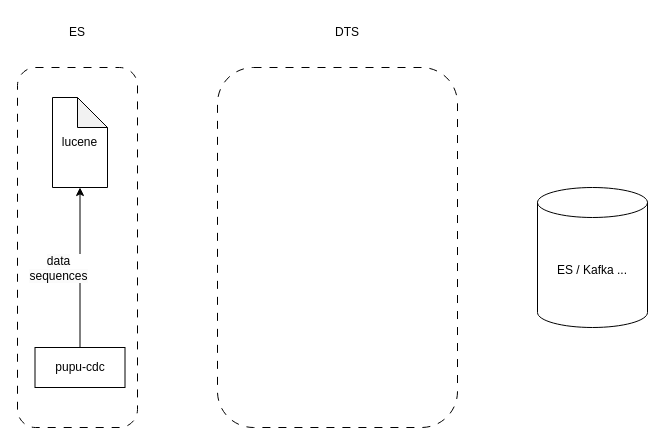
Before: 未命名绘图.drawio in believezzd/diagrams, a draw.io diagram. Source tidied: cells renumbered, new cells numbered last; positions are measured from the earlier drawing's top-left corner, leaving out a move shared by most shapes. Both pictures are drawn from the tidied source at 100%, with x=0, y=0 at pixel (17, 17).
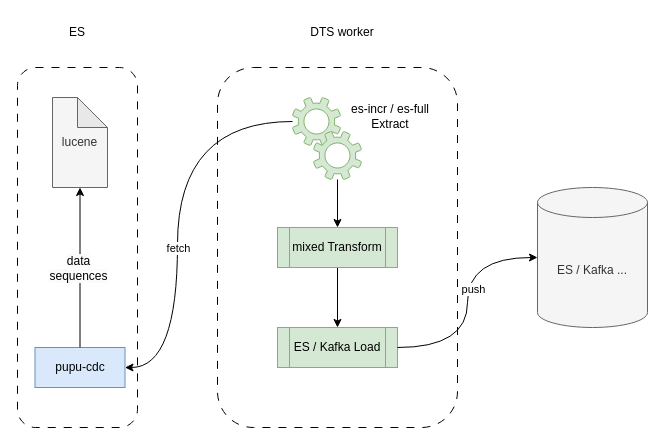
The same diagram, later.

Commit message:
更新未命名绘图.drawio

The change refers to these unchanged cells:
```xml
<mxCell id="8" style="edgeStyle=orthogonalEdgeStyle;rounded=0;jettySize=auto;html=1;strokeWidth=1;startArrow=classic;startFill=1;endArrow=none;endFill=0;" parent="1" edge="1" source="10" target="7">
  <mxGeometry relative="1" as="geometry" />
</mxCell>
```

What changed in the source:
```diff
@@
+    <mxCell id="3" style="rounded=1;whiteSpace=wrap;html=1;dashed=1;dashPattern=8 8;" parent="1" vertex="1">
+      <mxGeometry x="200" y="50" width="240" height="360" as="geometry" />
+    </mxCell>
@@
-    <mxCell id="3" style="rounded=1;whiteSpace=wrap;html=1;dashed=1;dashPattern=8 8;" parent="1" vertex="1">
-      <mxGeometry x="200" y="50" width="240" height="360" as="geometry" />
-    </mxCell>
-    <mxCell id="4" value="ES / Kafka ..." style="shape=cylinder3;whiteSpace=wrap;html=1;boundedLbl=1;backgroundOutline=1;size=15;" parent="1" vertex="1">
+    <mxCell id="4" value="ES / Kafka ..." style="shape=cylinder3;whiteSpace=wrap;html=1;boundedLbl=1;backgroundOutline=1;size=15;fillColor=#f5f5f5;fontColor=#333333;strokeColor=#666666;" parent="1" vertex="1">
       <mxGeometry x="520" y="170" width="110" height="140" as="geometry" />
     </mxCell>
@@
-    <mxCell id="6" value="DTS" style="text;html=1;align=center;verticalAlign=middle;whiteSpace=wrap;rounded=0;" parent="1" vertex="1">
-      <mxGeometry x="300" width="60" height="30" as="geometry" />
+    <mxCell id="6" value="DTS worker" style="text;html=1;align=center;verticalAlign=middle;whiteSpace=wrap;rounded=0;" parent="1" vertex="1">
+      <mxGeometry x="270" width="110" height="30" as="geometry" />
     </mxCell>
-    <mxCell id="7" value="pupu-cdc" style="rounded=0;whiteSpace=wrap;html=1;" parent="1" vertex="1">
+    <mxCell id="7" value="pupu-cdc" style="rounded=0;whiteSpace=wrap;html=1;fillColor=#dae8fc;strokeColor=#6c8ebf;" parent="1" vertex="1">
       <mxGeometry x="17.5" y="330" width="90" height="40" as="geometry" />
     </mxCell>
@@
     <mxCell id="9" value="&lt;span style=&quot;font-size: 12px; text-wrap-mode: wrap; background-color: rgb(251, 251, 251);&quot;&gt;data sequences&lt;/span&gt;" style="edgeLabel;html=1;align=center;verticalAlign=middle;" parent="8" vertex="1">
       <mxGeometry x="-0.19" y="3" relative="1" as="geometry">
-        <mxPoint x="-25" y="15" as="offset" />
+        <mxPoint x="-5" y="15" as="offset" />
       </mxGeometry>
     </mxCell>
-    <mxCell id="10" value="lucene" style="shape=note;whiteSpace=wrap;html=1;backgroundOutline=1;darkOpacity=0.05;" parent="1" vertex="1">
+    <mxCell id="10" value="lucene" style="shape=note;whiteSpace=wrap;html=1;backgroundOutline=1;darkOpacity=0.05;fillColor=#f5f5f5;fontColor=#333333;strokeColor=#666666;" parent="1" vertex="1">
       <mxGeometry x="35" y="80" width="55" height="90" as="geometry" />
     </mxCell>
+    <mxCell id="11" style="edgeStyle=orthogonalEdgeStyle;rounded=0;jettySize=auto;html=1;entryX=1;entryY=0.5;entryDx=0;entryDy=0;curved=1;" parent="1" edge="1" source="13" target="7">
+      <mxGeometry relative="1" as="geometry">
+        <Array as="points">
+          <mxPoint x="160" y="104" />
+          <mxPoint x="160" y="350" />
+        </Array>
+      </mxGeometry>
+    </mxCell>
+    <mxCell id="12" value="fetch" style="edgeLabel;html=1;align=center;verticalAlign=middle;" parent="11" vertex="1">
+      <mxGeometry x="-0.1" y="9" relative="1" as="geometry">
+        <mxPoint x="-9" y="55" as="offset" />
+      </mxGeometry>
+    </mxCell>
+    <mxCell id="13" style="sketch=0;shadow=0;dashed=0;html=1;strokeColor=#82b366;fillColor=#d5e8d4;labelPosition=center;verticalLabelPosition=bottom;verticalAlign=top;outlineConnect=0;align=center;shape=mxgraph.office.concepts.settings;" parent="1" vertex="1">
+      <mxGeometry x="275" y="80" width="48" height="48" as="geometry" />
+    </mxCell>
+    <mxCell id="14" style="edgeStyle=orthogonalEdgeStyle;rounded=0;jettySize=auto;html=1;entryX=0.5;entryY=0;entryDx=0;entryDy=0;" parent="1" edge="1" source="15" target="18">
+      <mxGeometry relative="1" as="geometry" />
+    </mxCell>
+    <mxCell id="15" style="sketch=0;shadow=0;dashed=0;html=1;strokeColor=#82b366;fillColor=#d5e8d4;labelPosition=center;verticalLabelPosition=bottom;verticalAlign=top;outlineConnect=0;align=center;shape=mxgraph.office.concepts.settings;" parent="1" vertex="1">
+      <mxGeometry x="296" y="114" width="48" height="48" as="geometry" />
+    </mxCell>
+    <mxCell id="16" value="es-incr / es-full Extract" style="text;html=1;align=center;verticalAlign=middle;whiteSpace=wrap;rounded=0;" parent="1" vertex="1">
+      <mxGeometry x="323" y="84" width="100" height="30" as="geometry" />
+    </mxCell>
+    <mxCell id="17" style="edgeStyle=orthogonalEdgeStyle;rounded=0;jettySize=auto;html=1;entryX=0.5;entryY=0;entryDx=0;entryDy=0;" parent="1" edge="1" source="18" target="19">
+      <mxGeometry relative="1" as="geometry" />
+    </mxCell>
+    <mxCell id="18" value="mixed Transform" style="shape=process;whiteSpace=wrap;html=1;backgroundOutline=1;fillColor=#d5e8d4;strokeColor=#82b366;" parent="1" vertex="1">
+      <mxGeometry x="260" y="210" width="120" height="40" as="geometry" />
+    </mxCell>
+    <mxCell id="19" value="ES / Kafka Load" style="shape=process;whiteSpace=wrap;html=1;backgroundOutline=1;fillColor=#d5e8d4;strokeColor=#82b366;" parent="1" vertex="1">
+      <mxGeometry x="260" y="310" width="120" height="40" as="geometry" />
+    </mxCell>
+    <mxCell id="20" style="edgeStyle=orthogonalEdgeStyle;rounded=0;jettySize=auto;html=1;entryX=0;entryY=0.5;entryDx=0;entryDy=0;entryPerimeter=0;curved=1;" parent="1" edge="1" source="19" target="4">
+      <mxGeometry relative="1" as="geometry" />
+    </mxCell>
+    <mxCell id="21" value="push" style="edgeLabel;html=1;align=center;verticalAlign=middle;" parent="20" vertex="1">
+      <mxGeometry x="0.12" y="-5" relative="1" as="geometry" />
+    </mxCell>
```
